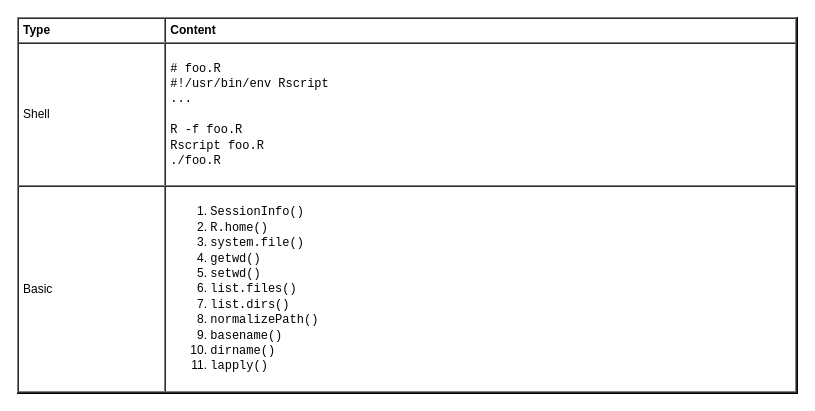
The draw.io diagram page "Syntax" (5 of 6) of languages/R/R.drawio in yangdj/tf_docs, before the edit. Source tidied: cells renumbered, new cells numbered last; positions are measured from the earlier drawing's top-left corner, leaving out a move shared by most shapes. Both pictures are drawn from the tidied source at 100%, with x=0, y=0 at pixel (17, 17).
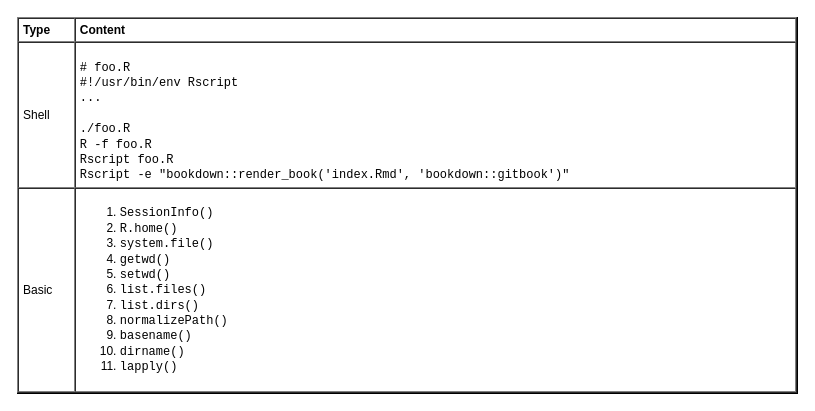
The same diagram, later.

Change to the diagram source:
```diff
@@
 <mxGraphModel>
   <root>
     <mxCell id="0" />
     <mxCell id="1" parent="0" />
-    <mxCell id="2" value="&lt;table cellpadding=&quot;4&quot; cellspacing=&quot;0&quot; border=&quot;1&quot; style=&quot;font-size: 1em ; width: 100% ; height: 100%&quot;&gt;&lt;tbody&gt;&lt;tr&gt;&lt;th&gt;Type&lt;/th&gt;&lt;th&gt;Content&lt;/th&gt;&lt;/tr&gt;&lt;tr&gt;&lt;td&gt;Shell&lt;/td&gt;&lt;td&gt;&lt;p&gt;&lt;/p&gt;&lt;font face=&quot;Courier New&quot;&gt;# foo.R&lt;br&gt;#!/usr/bin/env Rscript&lt;br&gt;...&lt;br&gt;&lt;br&gt;R -f foo.R&lt;br&gt;Rscript foo.R&lt;br&gt;./foo.R&lt;/font&gt;&lt;p&gt;&lt;/p&gt;&lt;/td&gt;&lt;/tr&gt;&lt;tr&gt;&lt;td&gt;Basic&lt;/td&gt;&lt;td&gt;&lt;ol&gt;&lt;li&gt;&lt;font face=&quot;Courier New&quot;&gt;SessionInfo()&lt;/font&gt;&lt;/li&gt;&lt;li&gt;&lt;font face=&quot;Courier New&quot;&gt;R.home()&lt;/font&gt;&lt;/li&gt;&lt;li&gt;&lt;font face=&quot;Courier New&quot;&gt;system.file()&lt;/font&gt;&lt;/li&gt;&lt;li&gt;&lt;font face=&quot;Courier New&quot;&gt;getwd()&lt;/font&gt;&lt;/li&gt;&lt;li&gt;&lt;font face=&quot;Courier New&quot;&gt;setwd()&lt;/font&gt;&lt;/li&gt;&lt;li&gt;&lt;font face=&quot;Courier New&quot;&gt;list.files()&lt;/font&gt;&lt;/li&gt;&lt;li&gt;&lt;font face=&quot;Courier New&quot;&gt;list.dirs()&lt;/font&gt;&lt;/li&gt;&lt;li&gt;&lt;font face=&quot;Courier New&quot;&gt;normalizePath()&lt;/font&gt;&lt;/li&gt;&lt;li&gt;&lt;font face=&quot;Courier New&quot;&gt;basename()&lt;/font&gt;&lt;/li&gt;&lt;li&gt;&lt;font face=&quot;Courier New&quot;&gt;dirname()&lt;/font&gt;&lt;/li&gt;&lt;li&gt;&lt;font face=&quot;Courier New&quot;&gt;lapply()&lt;/font&gt;&lt;/li&gt;&lt;/ol&gt;&lt;/td&gt;&lt;/tr&gt;&lt;/tbody&gt;&lt;/table&gt; " style="verticalAlign=top;align=left;overflow=fill;fontSize=12;fontFamily=Helvetica;html=1;fillColor=none;" parent="1" vertex="1">
+    <mxCell id="2" value="&lt;table cellpadding=&quot;4&quot; cellspacing=&quot;0&quot; border=&quot;1&quot; style=&quot;font-size: 1em ; width: 100% ; height: 100%&quot;&gt;&lt;tbody&gt;&lt;tr&gt;&lt;th&gt;Type&lt;/th&gt;&lt;th&gt;Content&lt;/th&gt;&lt;/tr&gt;&lt;tr&gt;&lt;td&gt;Shell&lt;/td&gt;&lt;td&gt;&lt;p&gt;&lt;/p&gt;&lt;font face=&quot;Courier New&quot;&gt;# foo.R&lt;br&gt;#!/usr/bin/env Rscript&lt;br&gt;...&lt;br&gt;&lt;br&gt;./foo.R&lt;br&gt;R -f foo.R&lt;br&gt;Rscript foo.R&lt;br&gt;Rscript -e &quot;bookdown::render_book('index.Rmd', 'bookdown::gitbook')&quot;&lt;br&gt;&lt;/font&gt;&lt;/td&gt;&lt;/tr&gt;&lt;tr&gt;&lt;td&gt;Basic&lt;/td&gt;&lt;td&gt;&lt;ol&gt;&lt;li&gt;&lt;font face=&quot;Courier New&quot;&gt;SessionInfo()&lt;/font&gt;&lt;/li&gt;&lt;li&gt;&lt;font face=&quot;Courier New&quot;&gt;R.home()&lt;/font&gt;&lt;/li&gt;&lt;li&gt;&lt;font face=&quot;Courier New&quot;&gt;system.file()&lt;/font&gt;&lt;/li&gt;&lt;li&gt;&lt;font face=&quot;Courier New&quot;&gt;getwd()&lt;/font&gt;&lt;/li&gt;&lt;li&gt;&lt;font face=&quot;Courier New&quot;&gt;setwd()&lt;/font&gt;&lt;/li&gt;&lt;li&gt;&lt;font face=&quot;Courier New&quot;&gt;list.files()&lt;/font&gt;&lt;/li&gt;&lt;li&gt;&lt;font face=&quot;Courier New&quot;&gt;list.dirs()&lt;/font&gt;&lt;/li&gt;&lt;li&gt;&lt;font face=&quot;Courier New&quot;&gt;normalizePath()&lt;/font&gt;&lt;/li&gt;&lt;li&gt;&lt;font face=&quot;Courier New&quot;&gt;basename()&lt;/font&gt;&lt;/li&gt;&lt;li&gt;&lt;font face=&quot;Courier New&quot;&gt;dirname()&lt;/font&gt;&lt;/li&gt;&lt;li&gt;&lt;font face=&quot;Courier New&quot;&gt;lapply()&lt;/font&gt;&lt;/li&gt;&lt;/ol&gt;&lt;/td&gt;&lt;/tr&gt;&lt;/tbody&gt;&lt;/table&gt; " style="verticalAlign=top;align=left;overflow=fill;fontSize=12;fontFamily=Helvetica;html=1;fillColor=none;" parent="1" vertex="1">
       <mxGeometry width="780" height="376" as="geometry" />
     </mxCell>
   </root>
 </mxGraphModel>
```
